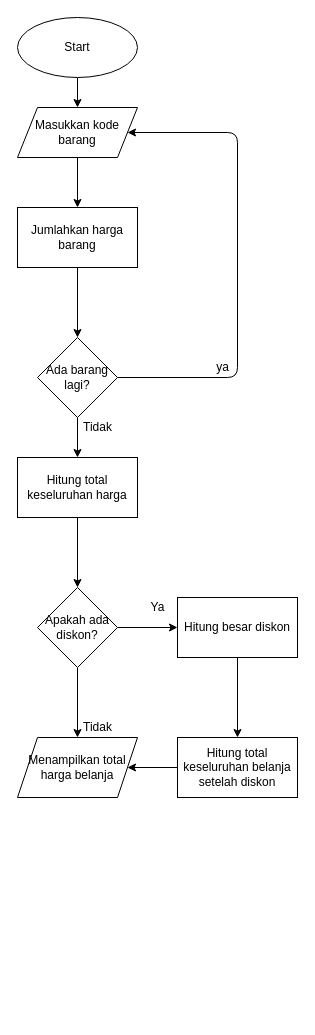
Earlier version of the draw.io diagram flowchart.drawio (eidiati/aditya_saputra-aplikasi_kasir). Source tidied: cells renumbered, new cells numbered last; positions are measured from the earlier drawing's top-left corner, leaving out a move shared by most shapes. Both pictures are drawn from the tidied source at 100%, with x=0, y=0 at pixel (17, 17).
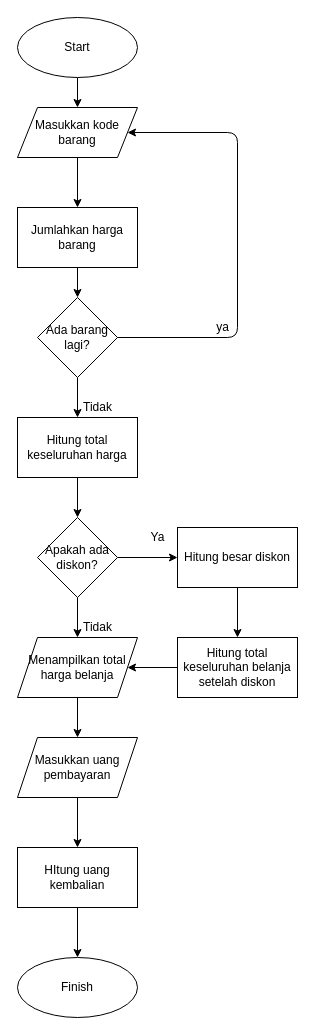
Above is the later version.

Commit message:
menyelesaikan flowchart

The change refers to these unchanged cells:
```xml
<mxCell id="5" value="Masukkan kode barang" style="shape=parallelogram;perimeter=parallelogramPerimeter;whiteSpace=wrap;html=1;fixedSize=1;" parent="1" vertex="1">
  <mxGeometry y="90" width="120" height="50" as="geometry" />
</mxCell>
```

Diff of the diagram source:
```diff
@@
     <mxCell id="8" style="edgeStyle=none;html=1;exitX=1;exitY=0.5;exitDx=0;exitDy=0;entryX=1;entryY=0.5;entryDx=0;entryDy=0;" parent="1" edge="1" source="10" target="5">
       <mxGeometry relative="1" as="geometry">
         <Array as="points">
-          <mxPoint x="220" y="360" />
+          <mxPoint x="220" y="320" />
           <mxPoint x="220" y="115" />
         </Array>
       </mxGeometry>
     </mxCell>
@@
     <mxCell id="10" value="Ada barang lagi?" style="rhombus;whiteSpace=wrap;html=1;" parent="1" vertex="1">
-      <mxGeometry x="20" y="320" width="80" height="80" as="geometry" />
+      <mxGeometry x="20" y="280" width="80" height="80" as="geometry" />
     </mxCell>
     <mxCell id="11" value="ya" style="text;html=1;align=center;verticalAlign=middle;strokeColor=none;fillColor=none;" parent="1" vertex="1">
-      <mxGeometry x="190" y="340" width="30" height="20" as="geometry" />
+      <mxGeometry x="190" y="300" width="30" height="20" as="geometry" />
     </mxCell>
@@
     <mxCell id="13" value="Hitung total keseluruhan harga" style="whiteSpace=wrap;html=1;" parent="1" vertex="1">
-      <mxGeometry y="440" width="120" height="60" as="geometry" />
+      <mxGeometry y="400" width="120" height="60" as="geometry" />
     </mxCell>
     <mxCell id="14" value="Tidak" style="text;html=1;align=center;verticalAlign=middle;strokeColor=none;fillColor=none;" parent="1" vertex="1">
-      <mxGeometry x="60" y="400" width="40" height="20" as="geometry" />
+      <mxGeometry x="60" y="380" width="40" height="20" as="geometry" />
     </mxCell>
@@
     <mxCell id="17" value="Apakah ada diskon?" style="rhombus;whiteSpace=wrap;html=1;" parent="1" vertex="1">
-      <mxGeometry x="20" y="570" width="80" height="80" as="geometry" />
+      <mxGeometry x="20" y="500" width="80" height="80" as="geometry" />
     </mxCell>
@@
     <mxCell id="19" value="Hitung besar diskon" style="whiteSpace=wrap;html=1;" parent="1" vertex="1">
-      <mxGeometry x="160" y="580" width="120" height="60" as="geometry" />
+      <mxGeometry x="160" y="510" width="120" height="60" as="geometry" />
     </mxCell>
     <mxCell id="20" value="Ya" style="text;html=1;align=center;verticalAlign=middle;strokeColor=none;fillColor=none;" parent="1" vertex="1">
-      <mxGeometry x="125" y="580" width="30" height="20" as="geometry" />
+      <mxGeometry x="125" y="510" width="30" height="20" as="geometry" />
     </mxCell>
+    <mxCell id="25" style="edgeStyle=none;html=1;" parent="1" edge="1" source="21" target="27">
+      <mxGeometry relative="1" as="geometry" />
+    </mxCell>
     <mxCell id="21" value="Menampilkan total harga belanja" style="shape=parallelogram;perimeter=parallelogramPerimeter;whiteSpace=wrap;html=1;fixedSize=1;" parent="1" vertex="1">
-      <mxGeometry y="720" width="120" height="60" as="geometry" />
+      <mxGeometry y="620" width="120" height="60" as="geometry" />
     </mxCell>
     <mxCell id="22" value="Tidak" style="text;html=1;align=center;verticalAlign=middle;strokeColor=none;fillColor=none;" parent="1" vertex="1">
-      <mxGeometry x="60" y="700" width="40" height="20" as="geometry" />
+      <mxGeometry x="60" y="600" width="40" height="20" as="geometry" />
     </mxCell>
@@
     <mxCell id="24" value="Hitung total keseluruhan belanja setelah diskon" style="whiteSpace=wrap;html=1;" parent="1" vertex="1">
-      <mxGeometry x="160" y="720" width="120" height="60" as="geometry" />
+      <mxGeometry x="160" y="620" width="120" height="60" as="geometry" />
     </mxCell>
+    <mxCell id="26" style="edgeStyle=none;html=1;" parent="1" edge="1" source="27" target="29">
+      <mxGeometry relative="1" as="geometry" />
+    </mxCell>
+    <mxCell id="27" value="Masukkan uang pembayaran" style="shape=parallelogram;perimeter=parallelogramPerimeter;whiteSpace=wrap;html=1;fixedSize=1;" parent="1" vertex="1">
+      <mxGeometry y="720" width="120" height="60" as="geometry" />
+    </mxCell>
+    <mxCell id="28" style="edgeStyle=none;html=1;" parent="1" edge="1" source="29" target="30">
+      <mxGeometry relative="1" as="geometry" />
+    </mxCell>
+    <mxCell id="29" value="HItung uang kembalian" style="whiteSpace=wrap;html=1;" parent="1" vertex="1">
+      <mxGeometry y="830" width="120" height="60" as="geometry" />
+    </mxCell>
+    <mxCell id="30" value="Finish" style="ellipse;whiteSpace=wrap;html=1;" parent="1" vertex="1">
+      <mxGeometry y="940" width="120" height="60" as="geometry" />
+    </mxCell>
```
